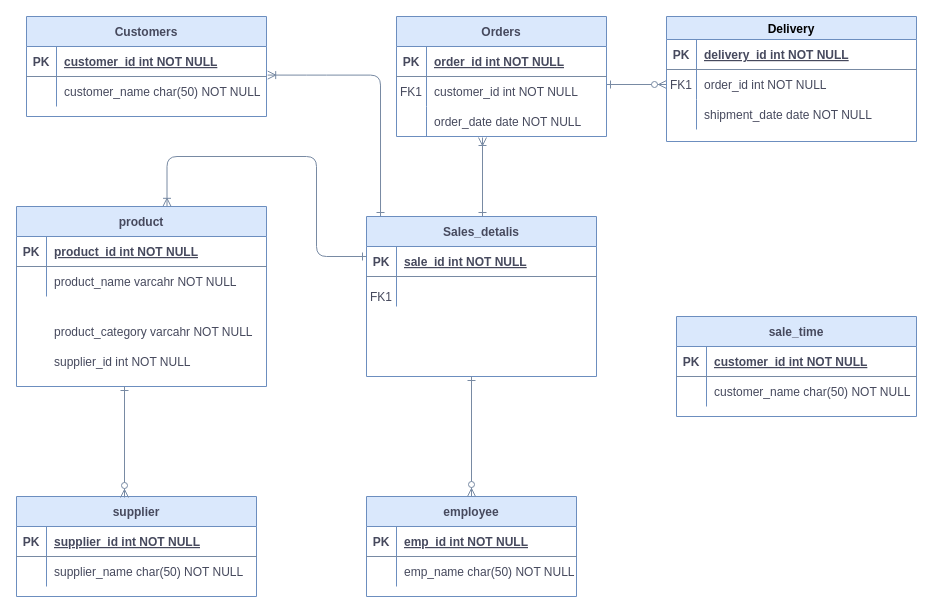
thejana123/grocery_ERP keeps this draw.io diagram as page "OLAP" (1 of 2) of Untitled Diagram.drawio. Above is the earlier version. Source tidied: cells renumbered, new cells numbered last; positions are measured from the earlier drawing's top-left corner, leaving out a move shared by most shapes. Both pictures are drawn from the tidied source at 100%, with x=0, y=0 at pixel (16, 16).
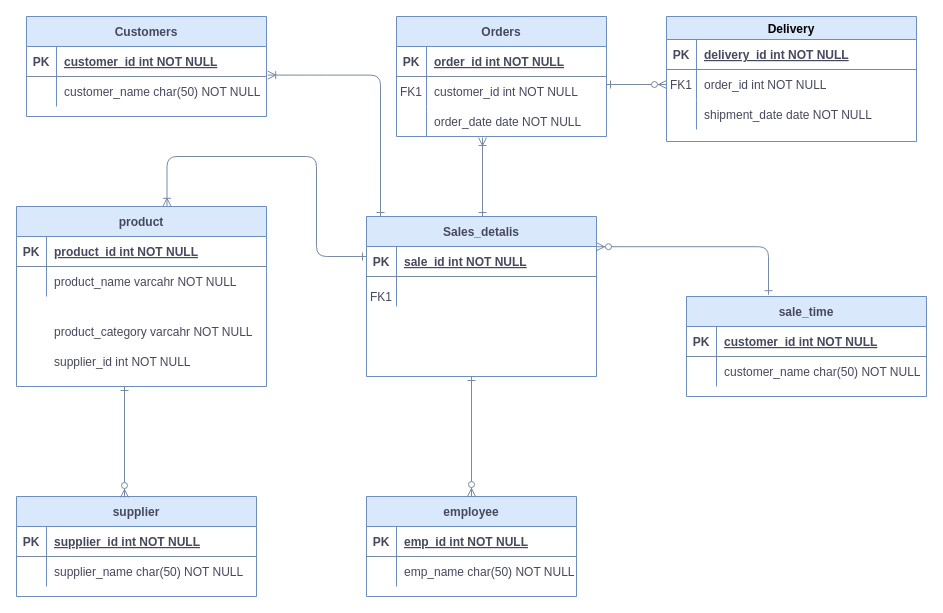
The same page after the edit.

The change refers to these unchanged cells:
```xml
<mxCell id="41" style="shape=partialRectangle;fillColor=none;points=[[0,0.5],[1,0.5]];portConstraint=eastwest;top=0;left=0;right=0;bottom=1;strokeColor=#788AA3;fontColor=#46495D;" parent="40" vertex="1">
  <mxGeometry y="30" width="230" height="30" as="geometry" />
</mxCell>
```

The edit, as a diff of the source:
```diff
@@
     <mxCell id="66" value="sale_time" style="shape=table;startSize=30;childLayout=tableLayout;rowLines=0;fontStyle=1;align=center;fillColor=#dae8fc;strokeColor=#6c8ebf;fontColor=#46495D;" parent="1" vertex="1">
-      <mxGeometry x="660" y="300" width="240" height="100" as="geometry" />
+      <mxGeometry x="670" y="280" width="240" height="100" as="geometry" />
     </mxCell>
@@
+    <mxCell id="73" style="endArrow=ERone;html=1;fontColor=#46495D;strokeColor=#788AA3;fillColor=#B2C9AB;entryX=0.342;entryY=-0.018;entryDx=0;entryDy=0;entryPerimeter=0;exitX=1;exitY=0.007;exitDx=0;exitDy=0;exitPerimeter=0;edgeStyle=elbowEdgeStyle;startArrow=ERzeroToMany;startFill=1;endFill=0;" parent="1" edge="1" source="41" target="66">
+      <mxGeometry relative="1" as="geometry">
+        <Array as="points">
+          <mxPoint x="752" y="240" />
+        </Array>
+      </mxGeometry>
+    </mxCell>
```
